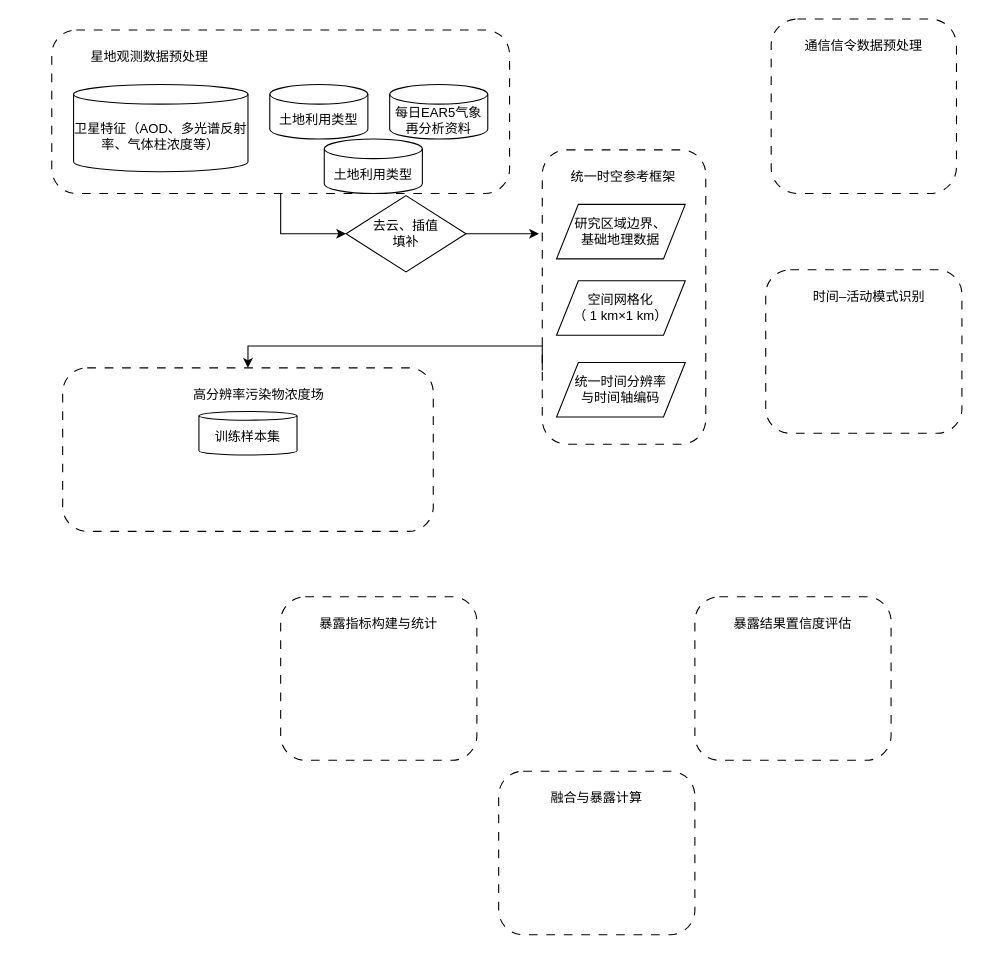
The draw.io diagram 专利.drawio in 1059363121/iodraw-files, before the edit. Source tidied: cells renumbered, new cells numbered last; positions are measured from the earlier drawing's top-left corner, leaving out a move shared by most shapes. Both pictures are drawn from the tidied source at 109%, with x=0, y=0 at pixel (51, 19).
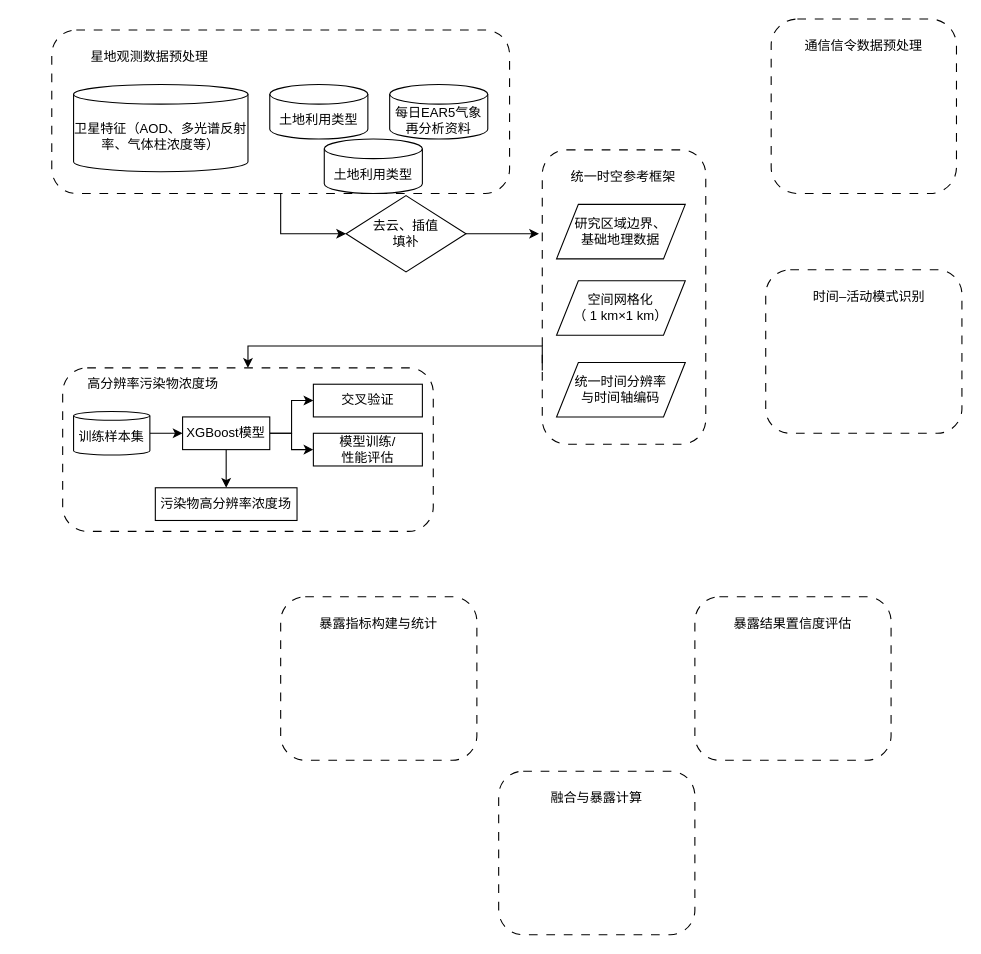
After the change.

Unchanged cells that the change refers to:
```xml
<mxCell id="21" style="group;" parent="1" vertex="1">
  <mxGeometry x="10" y="320" width="340" height="150" as="geometry" />
</mxCell>
```

The edit, as a diff of the source:
```diff
@@
     <mxCell id="23" value="高分辨率污染物浓度场" style="text;html=1;whiteSpace=wrap;strokeColor=none;fillColor=none;align=center;verticalAlign=middle;rounded=0;" parent="21" vertex="1">
-      <mxGeometry x="56.7" y="10" width="245.6" height="30" as="geometry" />
+      <mxGeometry x="-40" width="245.6" height="30" as="geometry" />
     </mxCell>
+    <mxCell id="38" style="edgeStyle=orthogonalEdgeStyle;rounded=0;jettySize=auto;html=1;exitX=1;exitY=0.5;exitDx=0;exitDy=0;exitPerimeter=0;" parent="21" edge="1" source="24" target="42">
+      <mxGeometry relative="1" as="geometry" />
+    </mxCell>
     <mxCell id="24" value="训练样本集" style="shape=cylinder3;whiteSpace=wrap;html=1;boundedLbl=1;backgroundOutline=1;size=4;" parent="21" vertex="1">
-      <mxGeometry x="125" y="40" width="90" height="40" as="geometry" />
+      <mxGeometry x="10" y="40" width="70" height="40" as="geometry" />
     </mxCell>
+    <mxCell id="39" style="edgeStyle=orthogonalEdgeStyle;rounded=0;jettySize=auto;html=1;exitX=1;exitY=0.5;exitDx=0;exitDy=0;entryX=0;entryY=0.5;entryDx=0;entryDy=0;" parent="21" edge="1" source="42" target="43">
+      <mxGeometry relative="1" as="geometry" />
+    </mxCell>
+    <mxCell id="40" style="edgeStyle=orthogonalEdgeStyle;rounded=0;jettySize=auto;html=1;exitX=1;exitY=0.5;exitDx=0;exitDy=0;entryX=0;entryY=0.5;entryDx=0;entryDy=0;" parent="21" edge="1" source="42" target="44">
+      <mxGeometry relative="1" as="geometry" />
+    </mxCell>
+    <mxCell id="41" style="edgeStyle=orthogonalEdgeStyle;rounded=0;jettySize=auto;html=1;exitX=0.5;exitY=1;exitDx=0;exitDy=0;entryX=0.5;entryY=0;entryDx=0;entryDy=0;" parent="21" edge="1" source="42" target="45">
+      <mxGeometry relative="1" as="geometry" />
+    </mxCell>
+    <mxCell id="42" value="XGBoost模型" style="rounded=0;whiteSpace=wrap;html=1;" parent="21" vertex="1">
+      <mxGeometry x="110" y="45" width="80" height="30" as="geometry" />
+    </mxCell>
+    <mxCell id="43" value="交叉验证" style="rounded=0;whiteSpace=wrap;html=1;" parent="21" vertex="1">
+      <mxGeometry x="230" y="15" width="100" height="30" as="geometry" />
+    </mxCell>
+    <mxCell id="44" value="模型训练/&lt;div&gt;性能评估&lt;/div&gt;" style="rounded=0;whiteSpace=wrap;html=1;" parent="21" vertex="1">
+      <mxGeometry x="230" y="60" width="100" height="30" as="geometry" />
+    </mxCell>
+    <mxCell id="45" value="污染物高分辨率浓度场" style="rounded=0;whiteSpace=wrap;html=1;" parent="21" vertex="1">
+      <mxGeometry x="85" y="110" width="130" height="30" as="geometry" />
+    </mxCell>
```
